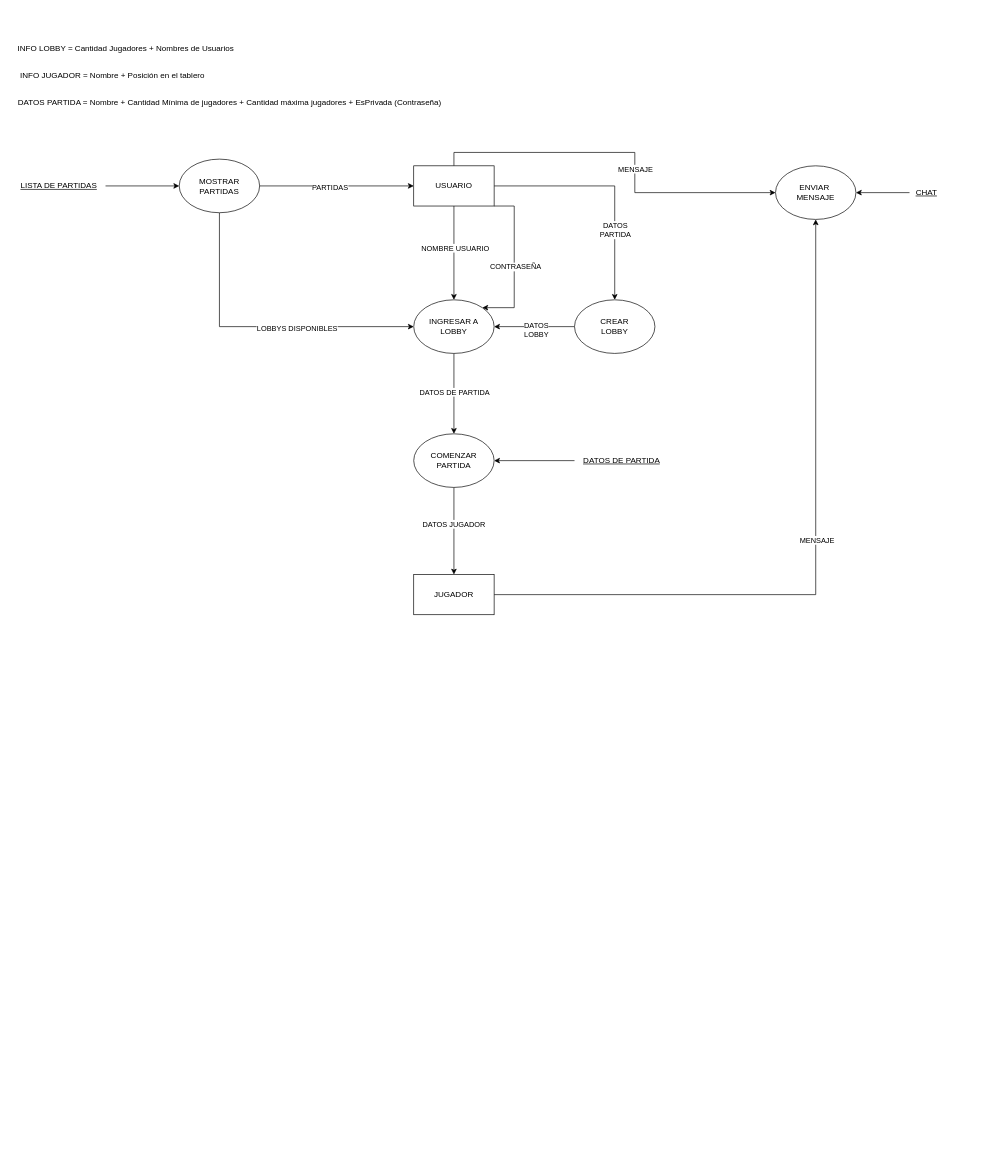
Before: take-home/dfd.drawio in irmrz/ingenieria-software-1, a draw.io diagram. Source tidied: cells renumbered, new cells numbered last; positions are measured from the earlier drawing's top-left corner, leaving out a move shared by most shapes. Both pictures are drawn from the tidied source at 67%, with x=0, y=0 at pixel (11, 38).
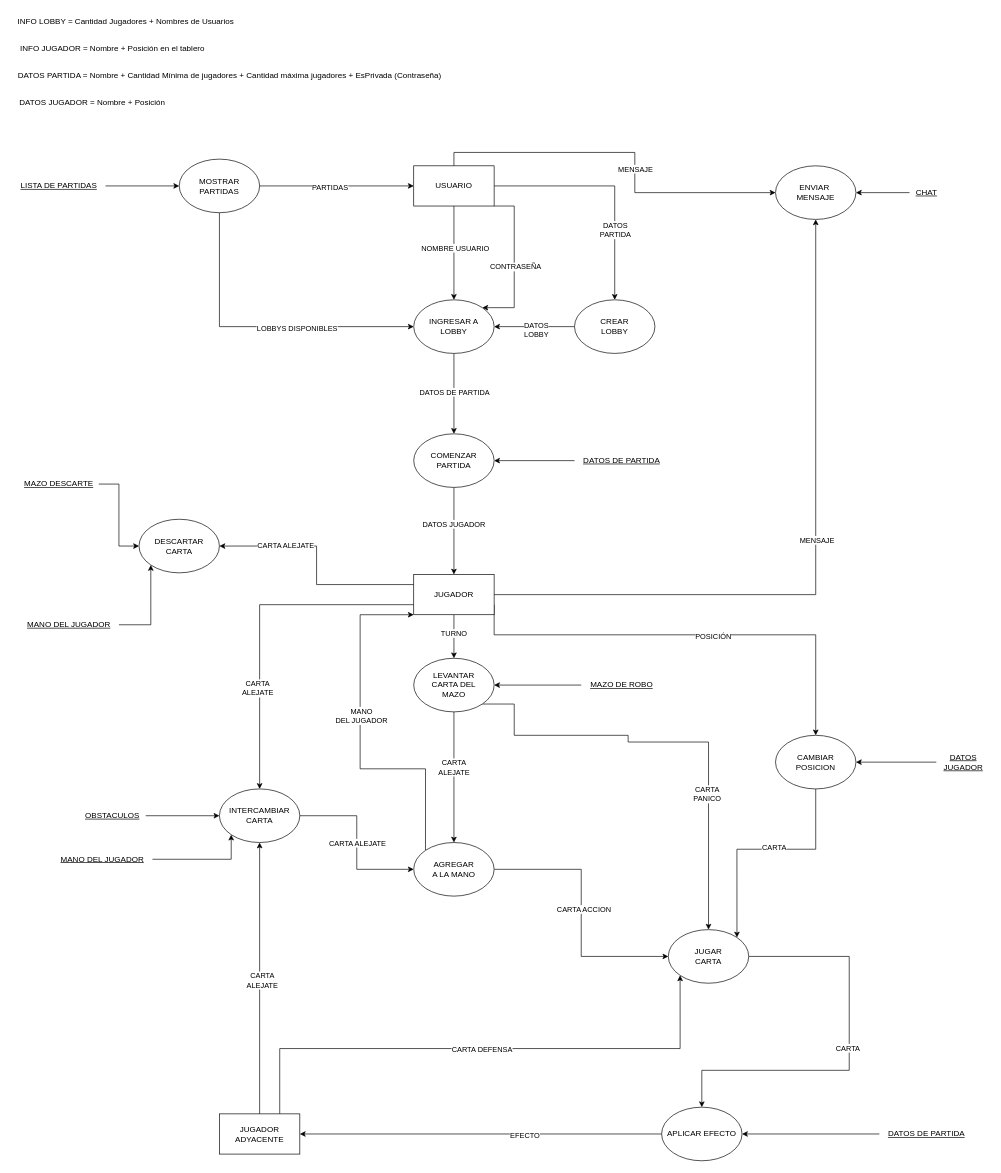
Above is the later version.

Unchanged cells that the change refers to:
```xml
<mxCell id="43" value="JUGADOR" style="rounded=0;whiteSpace=wrap;html=1;" parent="1" vertex="1">
  <mxGeometry x="600" y="800" width="120" height="60" as="geometry" />
</mxCell>
```

The edit, as a diff of the source:
```diff
@@
+    <mxCell id="49" style="edgeStyle=orthogonalEdgeStyle;rounded=0;jettySize=auto;html=1;entryX=0.5;entryY=0;entryDx=0;entryDy=0;" parent="1" edge="1" source="43" target="62">
+      <mxGeometry relative="1" as="geometry" />
+    </mxCell>
+    <mxCell id="50" value="TURNO" style="edgeLabel;html=1;align=center;verticalAlign=middle;" parent="49" vertex="1">
+      <mxGeometry x="-0.18" y="-1" relative="1" as="geometry" />
+    </mxCell>
+    <mxCell id="51" style="edgeStyle=orthogonalEdgeStyle;rounded=0;jettySize=auto;html=1;exitX=0;exitY=0.75;exitDx=0;exitDy=0;entryX=0.5;entryY=0;entryDx=0;entryDy=0;" parent="1" edge="1" source="43" target="77">
+      <mxGeometry relative="1" as="geometry" />
+    </mxCell>
+    <mxCell id="52" value="&lt;div&gt;CARTA&lt;/div&gt;&lt;div&gt;ALEJATE&lt;br&gt;&lt;/div&gt;" style="edgeLabel;html=1;align=center;verticalAlign=middle;" parent="51" vertex="1">
+      <mxGeometry x="0.4" y="-4" relative="1" as="geometry" />
+    </mxCell>
+    <mxCell id="53" style="edgeStyle=orthogonalEdgeStyle;rounded=0;jettySize=auto;html=1;exitX=0;exitY=0.25;exitDx=0;exitDy=0;entryX=1;entryY=0.5;entryDx=0;entryDy=0;" parent="1" edge="1" source="43" target="74">
+      <mxGeometry relative="1" as="geometry" />
+    </mxCell>
+    <mxCell id="54" value="CARTA ALEJATE" style="edgeLabel;html=1;align=center;verticalAlign=middle;" parent="53" vertex="1">
+      <mxGeometry x="0.44" y="-1" relative="1" as="geometry">
+        <mxPoint x="1" as="offset" />
+      </mxGeometry>
+    </mxCell>
+    <mxCell id="55" style="edgeStyle=orthogonalEdgeStyle;rounded=0;jettySize=auto;html=1;exitX=1;exitY=0.75;exitDx=0;exitDy=0;entryX=0.5;entryY=0;entryDx=0;entryDy=0;" parent="1" edge="1" source="43" target="95">
+      <mxGeometry relative="1" as="geometry">
+        <Array as="points">
+          <mxPoint x="720" y="890" />
+          <mxPoint x="1200" y="890" />
+        </Array>
+      </mxGeometry>
+    </mxCell>
+    <mxCell id="56" value="POSICIÓN" style="edgeLabel;html=1;align=center;verticalAlign=middle;" parent="55" vertex="1">
+      <mxGeometry x="0.1" y="-1" relative="1" as="geometry" />
+    </mxCell>
@@
     <mxCell id="46" value="DATOS PARTIDA = Nombre + Cantidad Mínima de jugadores + Cantidad máxima jugadores + EsPrivada (Contraseña)" style="text;html=1;align=center;verticalAlign=middle;strokeColor=none;fillColor=none;" parent="1" vertex="1">
-      <mxGeometry y="80" width="650" height="30" as="geometry" />
+      <mxGeometry y="40" width="650" height="30" as="geometry" />
     </mxCell>
     <mxCell id="47" value="INFO JUGADOR = Nombre + Posición en el tablero" style="text;html=1;align=center;verticalAlign=middle;strokeColor=none;fillColor=none;" parent="1" vertex="1">
-      <mxGeometry y="40" width="300" height="30" as="geometry" />
+      <mxGeometry width="300" height="30" as="geometry" />
     </mxCell>
     <mxCell id="48" value="INFO LOBBY = Cantidad Jugadores + Nombres de Usuarios" style="text;html=1;align=center;verticalAlign=middle;strokeColor=none;fillColor=none;" parent="1" vertex="1">
-      <mxGeometry width="340" height="30" as="geometry" />
+      <mxGeometry y="-40" width="340" height="30" as="geometry" />
     </mxCell>
+    <mxCell id="57" value="DATOS JUGADOR = Nombre + Posición" style="text;html=1;align=center;verticalAlign=middle;strokeColor=none;fillColor=none;" parent="1" vertex="1">
+      <mxGeometry y="80" width="240" height="30" as="geometry" />
+    </mxCell>
+    <mxCell id="58" style="edgeStyle=orthogonalEdgeStyle;rounded=0;jettySize=auto;html=1;exitX=0.5;exitY=1;exitDx=0;exitDy=0;entryX=0.5;entryY=0;entryDx=0;entryDy=0;" parent="1" edge="1" source="62" target="69">
+      <mxGeometry relative="1" as="geometry" />
+    </mxCell>
+    <mxCell id="59" value="&lt;div&gt;CARTA&lt;/div&gt;&lt;div&gt;ALEJATE&lt;br&gt;&lt;/div&gt;" style="edgeLabel;html=1;align=center;verticalAlign=middle;" parent="58" vertex="1">
+      <mxGeometry x="-0.16" y="-1" relative="1" as="geometry" />
+    </mxCell>
+    <mxCell id="60" style="edgeStyle=orthogonalEdgeStyle;rounded=0;jettySize=auto;html=1;exitX=1;exitY=1;exitDx=0;exitDy=0;entryX=0.5;entryY=0;entryDx=0;entryDy=0;" parent="1" edge="1" source="62" target="87">
+      <mxGeometry relative="1" as="geometry">
+        <Array as="points">
+          <mxPoint x="750" y="993" />
+          <mxPoint x="750" y="1040" />
+          <mxPoint x="920" y="1040" />
+          <mxPoint x="920" y="1050" />
+        </Array>
+      </mxGeometry>
+    </mxCell>
+    <mxCell id="61" value="&lt;div&gt;CARTA&lt;/div&gt;&lt;div&gt;PANICO&lt;br&gt;&lt;/div&gt;" style="edgeLabel;html=1;align=center;verticalAlign=middle;" parent="60" vertex="1">
+      <mxGeometry x="0.4" y="-3" relative="1" as="geometry" />
+    </mxCell>
+    <mxCell id="62" value="&lt;div&gt;LEVANTAR &lt;br&gt;&lt;/div&gt;&lt;div&gt;CARTA DEL &lt;br&gt;&lt;/div&gt;&lt;div&gt;MAZO&lt;br&gt;&lt;/div&gt;" style="ellipse;whiteSpace=wrap;html=1;" parent="1" vertex="1">
+      <mxGeometry x="600" y="925" width="120" height="80" as="geometry" />
+    </mxCell>
+    <mxCell id="63" style="edgeStyle=orthogonalEdgeStyle;rounded=0;jettySize=auto;html=1;entryX=1;entryY=0.5;entryDx=0;entryDy=0;" parent="1" edge="1" source="64" target="62">
+      <mxGeometry relative="1" as="geometry" />
+    </mxCell>
+    <mxCell id="64" value="&lt;u&gt;MAZO DE ROBO&lt;br&gt;&lt;/u&gt;" style="text;html=1;align=center;verticalAlign=middle;points=[];strokeColor=none;fillColor=none;" parent="1" vertex="1">
+      <mxGeometry x="850" y="950" width="120" height="30" as="geometry" />
+    </mxCell>
+    <mxCell id="65" style="edgeStyle=orthogonalEdgeStyle;rounded=0;jettySize=auto;html=1;exitX=0;exitY=0;exitDx=0;exitDy=0;" parent="1" edge="1" source="69">
+      <mxGeometry relative="1" as="geometry">
+        <mxPoint x="600" y="860" as="targetPoint" />
+        <Array as="points">
+          <mxPoint x="618" y="1090" />
+          <mxPoint x="520" y="1090" />
+          <mxPoint x="520" y="860" />
+        </Array>
+      </mxGeometry>
+    </mxCell>
+    <mxCell id="66" value="&lt;div&gt;MANO&lt;/div&gt;&lt;div&gt;DEL JUGADOR&lt;br&gt;&lt;/div&gt;" style="edgeLabel;html=1;align=center;verticalAlign=middle;" parent="65" vertex="1">
+      <mxGeometry y="-1" relative="1" as="geometry">
+        <mxPoint y="-34" as="offset" />
+      </mxGeometry>
+    </mxCell>
+    <mxCell id="67" style="edgeStyle=orthogonalEdgeStyle;rounded=0;jettySize=auto;html=1;exitX=1;exitY=0.5;exitDx=0;exitDy=0;entryX=0;entryY=0.5;entryDx=0;entryDy=0;" parent="1" edge="1" source="69" target="87">
+      <mxGeometry relative="1" as="geometry" />
+    </mxCell>
+    <mxCell id="68" value="CARTA ACCION" style="edgeLabel;html=1;align=center;verticalAlign=middle;" parent="67" vertex="1">
+      <mxGeometry x="-0.03" y="3" relative="1" as="geometry" />
+    </mxCell>
+    <mxCell id="69" value="&lt;div&gt;AGREGAR&lt;/div&gt;&lt;div&gt;A LA MANO&lt;br&gt;&lt;/div&gt;" style="ellipse;whiteSpace=wrap;html=1;" parent="1" vertex="1">
+      <mxGeometry x="600" y="1200" width="120" height="80" as="geometry" />
+    </mxCell>
+    <mxCell id="70" style="edgeStyle=orthogonalEdgeStyle;rounded=0;jettySize=auto;html=1;entryX=0;entryY=1;entryDx=0;entryDy=0;" parent="1" edge="1" source="71" target="74">
+      <mxGeometry relative="1" as="geometry" />
+    </mxCell>
+    <mxCell id="71" value="&lt;u&gt;MANO DEL JUGADOR&lt;br&gt;&lt;/u&gt;" style="text;html=1;align=center;verticalAlign=middle;points=[];strokeColor=none;fillColor=none;" parent="1" vertex="1">
+      <mxGeometry x="10" y="860" width="150" height="30" as="geometry" />
+    </mxCell>
+    <mxCell id="72" style="edgeStyle=orthogonalEdgeStyle;rounded=0;jettySize=auto;html=1;entryX=0;entryY=0.5;entryDx=0;entryDy=0;" parent="1" edge="1" source="73" target="74">
+      <mxGeometry relative="1" as="geometry" />
+    </mxCell>
+    <mxCell id="73" value="&lt;u&gt;MAZO DESCARTE&lt;/u&gt;" style="text;html=1;align=center;verticalAlign=middle;points=[];strokeColor=none;fillColor=none;" parent="1" vertex="1">
+      <mxGeometry x="10" y="650" width="120" height="30" as="geometry" />
+    </mxCell>
+    <mxCell id="74" value="&lt;div&gt;DESCARTAR&lt;/div&gt;&lt;div&gt;CARTA&lt;br&gt;&lt;/div&gt;" style="ellipse;whiteSpace=wrap;html=1;" parent="1" vertex="1">
+      <mxGeometry x="190" y="717.5" width="120" height="80" as="geometry" />
+    </mxCell>
+    <mxCell id="75" style="edgeStyle=orthogonalEdgeStyle;rounded=0;jettySize=auto;html=1;exitX=1;exitY=0.5;exitDx=0;exitDy=0;entryX=0;entryY=0.5;entryDx=0;entryDy=0;" parent="1" edge="1" source="77" target="69">
+      <mxGeometry relative="1" as="geometry" />
+    </mxCell>
+    <mxCell id="76" value="CARTA ALEJATE" style="edgeLabel;html=1;align=center;verticalAlign=middle;" parent="75" vertex="1">
+      <mxGeometry relative="1" as="geometry" />
+    </mxCell>
+    <mxCell id="77" value="&lt;div&gt;INTERCAMBIAR&lt;/div&gt;&lt;div&gt;CARTA&lt;br&gt;&lt;/div&gt;" style="ellipse;whiteSpace=wrap;html=1;" parent="1" vertex="1">
+      <mxGeometry x="310" y="1120" width="120" height="80" as="geometry" />
+    </mxCell>
+    <mxCell id="78" style="edgeStyle=orthogonalEdgeStyle;rounded=0;jettySize=auto;html=1;entryX=0.5;entryY=1;entryDx=0;entryDy=0;" parent="1" edge="1" source="82" target="77">
+      <mxGeometry relative="1" as="geometry" />
+    </mxCell>
+    <mxCell id="79" value="&lt;div&gt;CARTA&lt;/div&gt;&lt;div&gt;ALEJATE&lt;br&gt;&lt;/div&gt;" style="edgeLabel;html=1;align=center;verticalAlign=middle;" parent="78" vertex="1">
+      <mxGeometry x="-0.01" y="-3" relative="1" as="geometry" />
+    </mxCell>
+    <mxCell id="80" style="edgeStyle=orthogonalEdgeStyle;rounded=0;jettySize=auto;html=1;exitX=0.75;exitY=0;exitDx=0;exitDy=0;entryX=0;entryY=1;entryDx=0;entryDy=0;" parent="1" edge="1" source="82" target="87">
+      <mxGeometry relative="1" as="geometry" />
+    </mxCell>
+    <mxCell id="81" value="CARTA DEFENSA" style="edgeLabel;html=1;align=center;verticalAlign=middle;" parent="80" vertex="1">
+      <mxGeometry x="-0.01" y="-1" relative="1" as="geometry">
+        <mxPoint x="1" as="offset" />
+      </mxGeometry>
+    </mxCell>
+    <mxCell id="82" value="&lt;div&gt;JUGADOR&lt;/div&gt;&lt;div&gt;ADYACENTE&lt;br&gt;&lt;/div&gt;" style="rounded=0;whiteSpace=wrap;html=1;" parent="1" vertex="1">
+      <mxGeometry x="310" y="1605" width="120" height="60" as="geometry" />
+    </mxCell>
+    <mxCell id="83" style="edgeStyle=orthogonalEdgeStyle;rounded=0;jettySize=auto;html=1;entryX=0;entryY=0.5;entryDx=0;entryDy=0;" parent="1" edge="1" source="84" target="77">
+      <mxGeometry relative="1" as="geometry" />
+    </mxCell>
+    <mxCell id="84" value="&lt;u&gt;OBSTACULOS&lt;/u&gt;" style="text;html=1;align=center;verticalAlign=middle;points=[];strokeColor=none;fillColor=none;" parent="1" vertex="1">
+      <mxGeometry x="100" y="1145" width="100" height="30" as="geometry" />
+    </mxCell>
+    <mxCell id="85" style="edgeStyle=orthogonalEdgeStyle;rounded=0;jettySize=auto;html=1;exitX=1;exitY=0.5;exitDx=0;exitDy=0;entryX=0.5;entryY=0;entryDx=0;entryDy=0;" parent="1" edge="1" source="87" target="90">
+      <mxGeometry relative="1" as="geometry">
+        <Array as="points">
+          <mxPoint x="1250" y="1370" />
+          <mxPoint x="1250" y="1540" />
+        </Array>
+      </mxGeometry>
+    </mxCell>
+    <mxCell id="86" value="CARTA" style="edgeLabel;html=1;align=center;verticalAlign=middle;" parent="85" vertex="1">
+      <mxGeometry x="-0.04" y="-3" relative="1" as="geometry" />
+    </mxCell>
+    <mxCell id="87" value="&lt;div&gt;JUGAR&lt;/div&gt;&lt;div&gt;CARTA&lt;br&gt;&lt;/div&gt;" style="ellipse;whiteSpace=wrap;html=1;" parent="1" vertex="1">
+      <mxGeometry x="980" y="1330" width="120" height="80" as="geometry" />
+    </mxCell>
+    <mxCell id="88" style="edgeStyle=orthogonalEdgeStyle;rounded=0;jettySize=auto;html=1;entryX=1;entryY=0.5;entryDx=0;entryDy=0;" parent="1" edge="1" source="90" target="82">
+      <mxGeometry relative="1" as="geometry" />
+    </mxCell>
+    <mxCell id="89" value="EFECTO" style="edgeLabel;html=1;align=center;verticalAlign=middle;" parent="88" vertex="1">
+      <mxGeometry x="-0.24" y="1" relative="1" as="geometry" />
+    </mxCell>
+    <mxCell id="90" value="APLICAR EFECTO" style="ellipse;whiteSpace=wrap;html=1;" parent="1" vertex="1">
+      <mxGeometry x="970" y="1595" width="120" height="80" as="geometry" />
+    </mxCell>
+    <mxCell id="91" style="edgeStyle=orthogonalEdgeStyle;rounded=0;jettySize=auto;html=1;" parent="1" edge="1" source="92" target="90">
+      <mxGeometry relative="1" as="geometry" />
+    </mxCell>
+    <mxCell id="92" value="&lt;u&gt;DATOS DE PARTIDA&lt;br&gt;&lt;/u&gt;" style="text;html=1;align=center;verticalAlign=middle;points=[];strokeColor=none;fillColor=none;" parent="1" vertex="1">
+      <mxGeometry x="1295" y="1620" width="140" height="30" as="geometry" />
+    </mxCell>
+    <mxCell id="93" style="edgeStyle=orthogonalEdgeStyle;rounded=0;jettySize=auto;html=1;entryX=1;entryY=0;entryDx=0;entryDy=0;" parent="1" edge="1" source="95" target="87">
+      <mxGeometry relative="1" as="geometry">
+        <Array as="points">
+          <mxPoint x="1200" y="1210" />
+          <mxPoint x="1082" y="1210" />
+        </Array>
+      </mxGeometry>
+    </mxCell>
+    <mxCell id="94" value="CARTA" style="edgeLabel;html=1;align=center;verticalAlign=middle;" parent="93" vertex="1">
+      <mxGeometry x="-0.1" y="-3" relative="1" as="geometry" />
+    </mxCell>
+    <mxCell id="95" value="&lt;div&gt;CAMBIAR&lt;/div&gt;&lt;div&gt;POSICION&lt;br&gt;&lt;/div&gt;" style="ellipse;whiteSpace=wrap;html=1;" parent="1" vertex="1">
+      <mxGeometry x="1140" y="1040" width="120" height="80" as="geometry" />
+    </mxCell>
+    <mxCell id="96" style="edgeStyle=orthogonalEdgeStyle;rounded=0;jettySize=auto;html=1;entryX=1;entryY=0.5;entryDx=0;entryDy=0;" parent="1" edge="1" source="97" target="95">
+      <mxGeometry relative="1" as="geometry" />
+    </mxCell>
+    <mxCell id="97" value="&lt;div&gt;&lt;u&gt;DATOS&lt;/u&gt;&lt;/div&gt;&lt;div&gt;&lt;u&gt;JUGADOR&lt;br&gt;&lt;/u&gt;&lt;/div&gt;" style="text;html=1;align=center;verticalAlign=middle;points=[];strokeColor=none;fillColor=none;" parent="1" vertex="1">
+      <mxGeometry x="1380" y="1060" width="80" height="40" as="geometry" />
+    </mxCell>
+    <mxCell id="98" style="edgeStyle=orthogonalEdgeStyle;rounded=0;jettySize=auto;html=1;entryX=0;entryY=1;entryDx=0;entryDy=0;" parent="1" edge="1" source="99" target="77">
+      <mxGeometry relative="1" as="geometry" />
+    </mxCell>
+    <mxCell id="99" value="&lt;u&gt;MANO DEL JUGADOR&lt;br&gt;&lt;/u&gt;" style="text;html=1;align=center;verticalAlign=middle;points=[];strokeColor=none;fillColor=none;" parent="1" vertex="1">
+      <mxGeometry x="60" y="1210" width="150" height="30" as="geometry" />
+    </mxCell>
```
